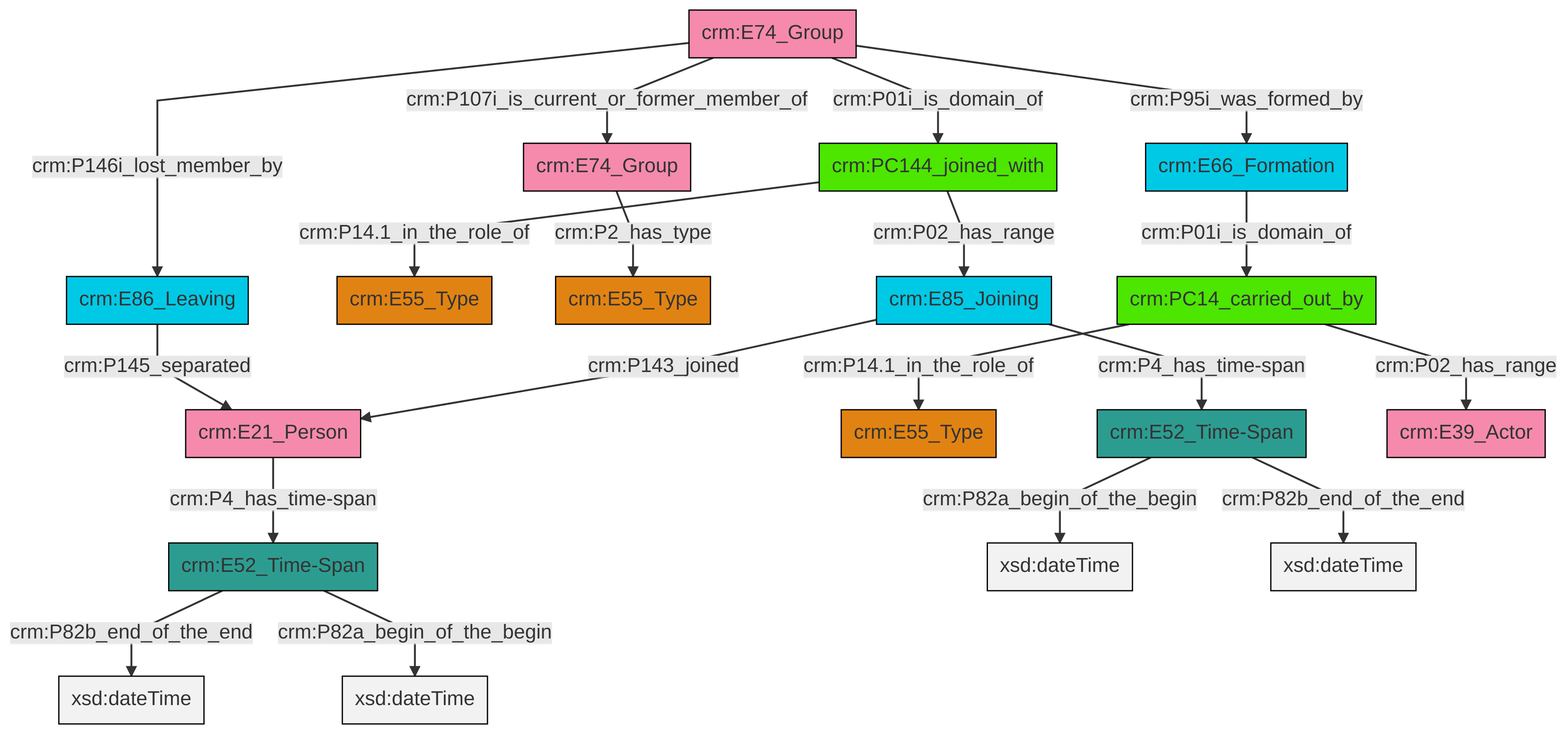
This is et/groupCSV/ttl/mmd/png/group_actor_relations.png from swiss-art-research-net/reference-data-models, a Mermaid export, as it was before one commit. Its source is kept beside it as et/groupCSV/ttl/mmd/group_actor_relations.ttl.mmd.
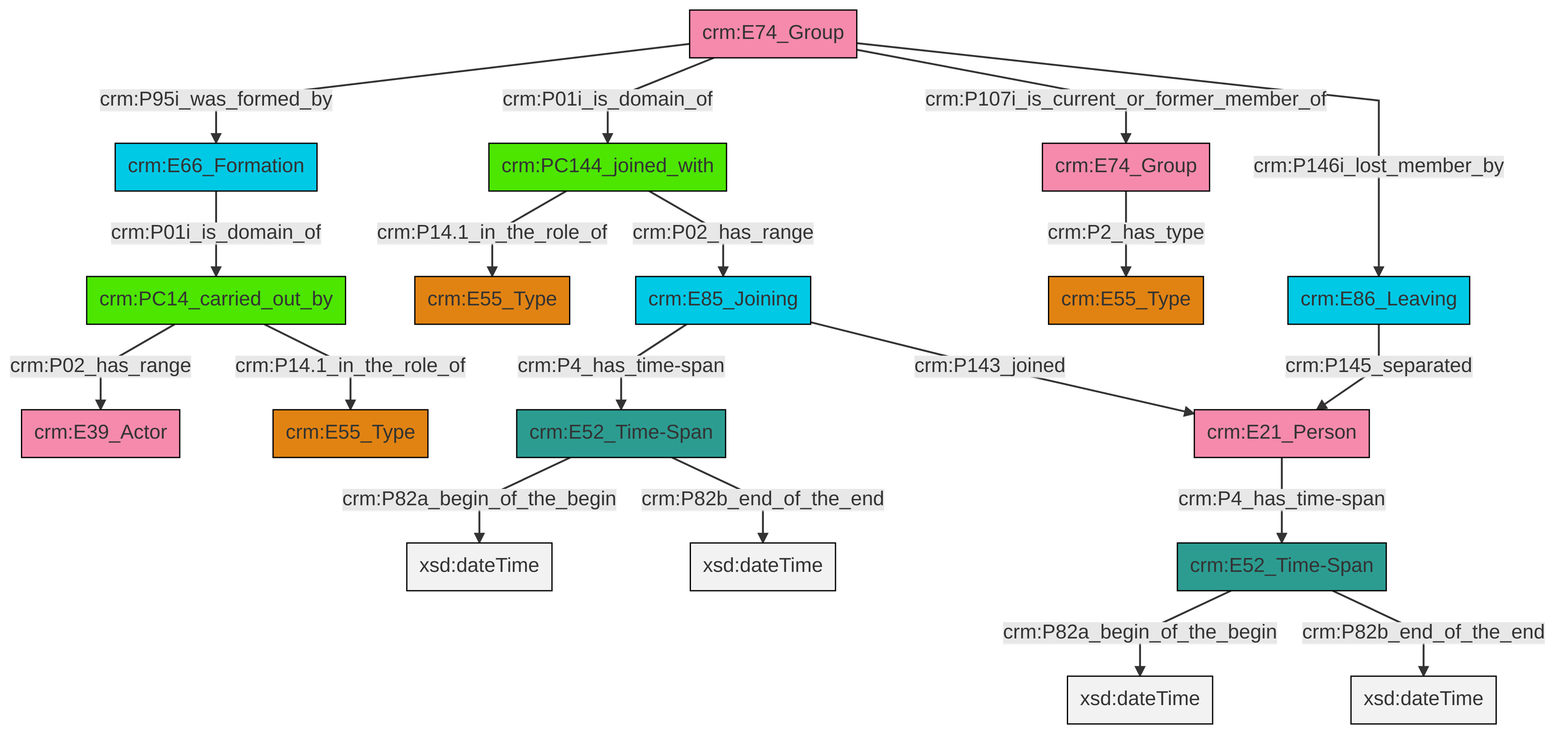
The same diagram one commit later.

The edit, as a diff of the source:
```diff
@@ -13,21 +13,21 @@
 classDef PC_Classes fill:#4ce600, stroke:#000000;
 classDef Multi fill:#cccccc,stroke:#000000;
 
-0["crm:E52_Time-Span"]:::Time-Span -->|crm:P82b_end_of_the_end| 1[xsd:dateTime]:::Literal
-2["crm:E66_Formation"]:::Temporal_Entity -->|crm:P01i_is_domain_of| 3["crm:PC14_carried_out_by"]:::PC_Classes
-6["crm:E52_Time-Span"]:::Time-Span -->|crm:P82a_begin_of_the_begin| 7[xsd:dateTime]:::Literal
-3["crm:PC14_carried_out_by"]:::PC_Classes -->|crm:P14.1_in_the_role_of| 8["crm:E55_Type"]:::Type
-3["crm:PC14_carried_out_by"]:::PC_Classes -->|crm:P02_has_range| 14["crm:E39_Actor"]:::Actor
-18["crm:E85_Joining"]:::Temporal_Entity -->|crm:P4_has_time-span| 6["crm:E52_Time-Span"]:::Time-Span
-21["crm:E74_Group"]:::Actor -->|crm:P107i_is_current_or_former_member_of| 19["crm:E74_Group"]:::Actor
-0["crm:E52_Time-Span"]:::Time-Span -->|crm:P82a_begin_of_the_begin| 22[xsd:dateTime]:::Literal
-23["crm:PC144_joined_with"]:::PC_Classes -->|crm:P14.1_in_the_role_of| 4["crm:E55_Type"]:::Type
-15["crm:E86_Leaving"]:::Temporal_Entity -->|crm:P145_separated| 10["crm:E21_Person"]:::Actor
-21["crm:E74_Group"]:::Actor -->|crm:P146i_lost_member_by| 15["crm:E86_Leaving"]:::Temporal_Entity
-10["crm:E21_Person"]:::Actor -->|crm:P4_has_time-span| 0["crm:E52_Time-Span"]:::Time-Span
-18["crm:E85_Joining"]:::Temporal_Entity -->|crm:P143_joined| 10["crm:E21_Person"]:::Actor
-21["crm:E74_Group"]:::Actor -->|crm:P95i_was_formed_by| 2["crm:E66_Formation"]:::Temporal_Entity
-19["crm:E74_Group"]:::Actor -->|crm:P2_has_type| 12["crm:E55_Type"]:::Type
-23["crm:PC144_joined_with"]:::PC_Classes -->|crm:P02_has_range| 18["crm:E85_Joining"]:::Temporal_Entity
-6["crm:E52_Time-Span"]:::Time-Span -->|crm:P82b_end_of_the_end| 33[xsd:dateTime]:::Literal
-21["crm:E74_Group"]:::Actor -->|crm:P01i_is_domain_of| 23["crm:PC144_joined_with"]:::PC_Classes
+0["crm:E74_Group"]:::Actor -->|crm:P95i_was_formed_by| 1["crm:E66_Formation"]:::Temporal_Entity
+0["crm:E74_Group"]:::Actor -->|crm:P01i_is_domain_of| 6["crm:PC144_joined_with"]:::PC_Classes
+7["crm:E52_Time-Span"]:::Time-Span -->|crm:P82a_begin_of_the_begin| 8[xsd:dateTime]:::Literal
+9["crm:E52_Time-Span"]:::Time-Span -->|crm:P82a_begin_of_the_begin| 10[xsd:dateTime]:::Literal
+13["crm:E74_Group"]:::Actor -->|crm:P2_has_type| 14["crm:E55_Type"]:::Type
+11["crm:E86_Leaving"]:::Temporal_Entity -->|crm:P145_separated| 16["crm:E21_Person"]:::Actor
+16["crm:E21_Person"]:::Actor -->|crm:P4_has_time-span| 9["crm:E52_Time-Span"]:::Time-Span
+18["crm:PC14_carried_out_by"]:::PC_Classes -->|crm:P02_has_range| 19["crm:E39_Actor"]:::Actor
+1["crm:E66_Formation"]:::Temporal_Entity -->|crm:P01i_is_domain_of| 18["crm:PC14_carried_out_by"]:::PC_Classes
+2["crm:E85_Joining"]:::Temporal_Entity -->|crm:P4_has_time-span| 7["crm:E52_Time-Span"]:::Time-Span
+2["crm:E85_Joining"]:::Temporal_Entity -->|crm:P143_joined| 16["crm:E21_Person"]:::Actor
+0["crm:E74_Group"]:::Actor -->|crm:P107i_is_current_or_former_member_of| 13["crm:E74_Group"]:::Actor
+6["crm:PC144_joined_with"]:::PC_Classes -->|crm:P14.1_in_the_role_of| 4["crm:E55_Type"]:::Type
+0["crm:E74_Group"]:::Actor -->|crm:P146i_lost_member_by| 11["crm:E86_Leaving"]:::Temporal_Entity
+9["crm:E52_Time-Span"]:::Time-Span -->|crm:P82b_end_of_the_end| 26[xsd:dateTime]:::Literal
+6["crm:PC144_joined_with"]:::PC_Classes -->|crm:P02_has_range| 2["crm:E85_Joining"]:::Temporal_Entity
+7["crm:E52_Time-Span"]:::Time-Span -->|crm:P82b_end_of_the_end| 27[xsd:dateTime]:::Literal
+18["crm:PC14_carried_out_by"]:::PC_Classes -->|crm:P14.1_in_the_role_of| 24["crm:E55_Type"]:::Type
```
